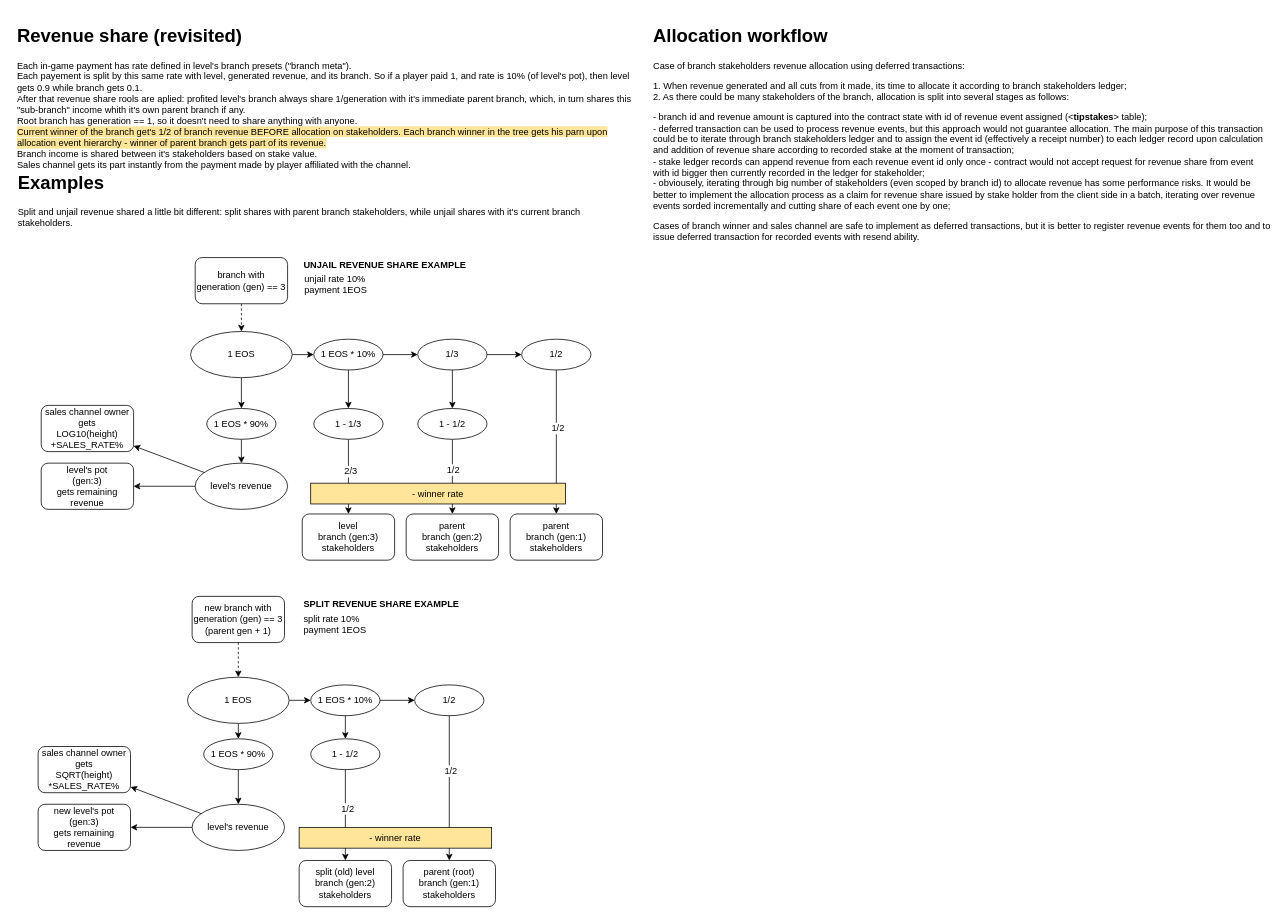
Earlier version of the draw.io diagram page "revenue share" (12 of 14) of ia/WOFFLER IA.drawio (cptn-solo/woffler_contract). Source tidied: cells renumbered, new cells numbered last; positions are measured from the earlier drawing's top-left corner, leaving out a move shared by most shapes. Both pictures are drawn from the tidied source at 77%, with x=0, y=0 at pixel (12, 21).
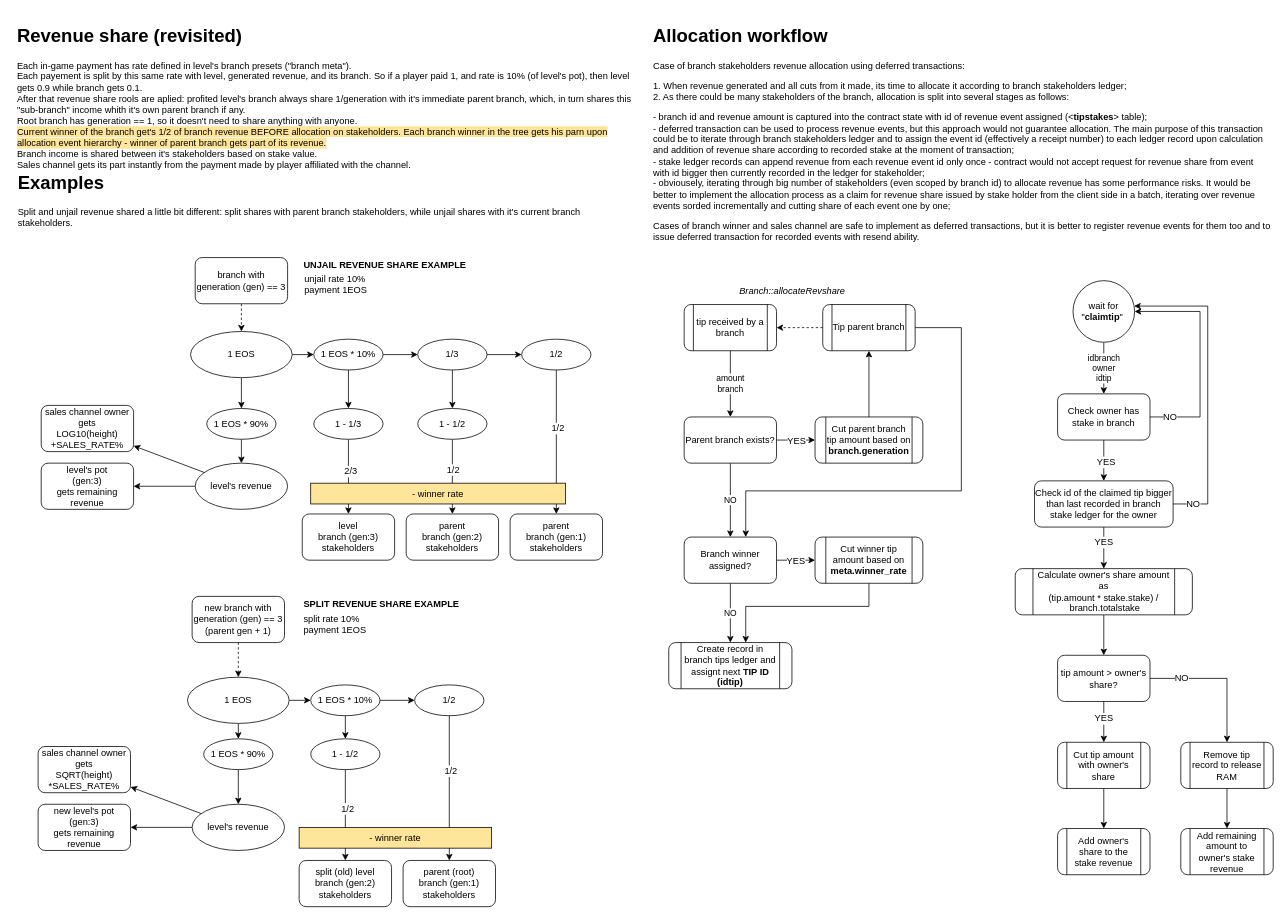
The same page after the edit.

Change to the diagram source:
```diff
@@
+    <mxCell id="64" style="edgeStyle=orthogonalEdgeStyle;rounded=0;jettySize=auto;html=1;" parent="1" edge="1" source="68" target="73">
+      <mxGeometry relative="1" as="geometry" />
+    </mxCell>
+    <mxCell id="65" value="YES" style="text;html=1;align=center;verticalAlign=middle;labelBackgroundColor=#ffffff;" parent="64" vertex="1">
+      <mxGeometry x="0.06" y="2" relative="1" as="geometry" />
+    </mxCell>
+    <mxCell id="66" style="edgeStyle=orthogonalEdgeStyle;rounded=0;jettySize=auto;html=1;" parent="1" edge="1" source="68" target="75">
+      <mxGeometry relative="1" as="geometry">
+        <Array as="points">
+          <mxPoint x="1542" y="514" />
+          <mxPoint x="1542" y="377" />
+        </Array>
+      </mxGeometry>
+    </mxCell>
+    <mxCell id="67" value="NO" style="text;html=1;align=center;verticalAlign=middle;labelBackgroundColor=#ffffff;" parent="66" vertex="1">
+      <mxGeometry x="-0.78" y="3" relative="1" as="geometry">
+        <mxPoint x="-7" y="3" as="offset" />
+      </mxGeometry>
+    </mxCell>
+    <mxCell id="68" value="Check owner has stake in branch" style="rounded=1;whiteSpace=wrap;html=1;" parent="1" vertex="1">
+      <mxGeometry x="1357" y="484" width="120" height="60" as="geometry" />
+    </mxCell>
+    <mxCell id="69" style="edgeStyle=orthogonalEdgeStyle;rounded=0;jettySize=auto;html=1;" parent="1" edge="1" source="73" target="95">
+      <mxGeometry relative="1" as="geometry" />
+    </mxCell>
+    <mxCell id="70" value="YES" style="text;html=1;align=center;verticalAlign=middle;labelBackgroundColor=#ffffff;" parent="69" vertex="1">
+      <mxGeometry x="-0.3" y="-1" relative="1" as="geometry" />
+    </mxCell>
+    <mxCell id="71" style="edgeStyle=orthogonalEdgeStyle;rounded=0;jettySize=auto;html=1;" parent="1" edge="1" source="73" target="75">
+      <mxGeometry relative="1" as="geometry">
+        <Array as="points">
+          <mxPoint x="1552" y="627" />
+          <mxPoint x="1552" y="370" />
+        </Array>
+      </mxGeometry>
+    </mxCell>
+    <mxCell id="72" value="NO" style="text;html=1;align=center;verticalAlign=middle;labelBackgroundColor=#ffffff;" parent="71" vertex="1">
+      <mxGeometry x="-0.88" y="-2" relative="1" as="geometry">
+        <mxPoint x="1" y="-2" as="offset" />
+      </mxGeometry>
+    </mxCell>
+    <mxCell id="73" value="Check id of the claimed tip bigger than last recorded in branch stake ledger for the owner" style="rounded=1;whiteSpace=wrap;html=1;" parent="1" vertex="1">
+      <mxGeometry x="1327" y="597" width="180" height="60" as="geometry" />
+    </mxCell>
+    <mxCell id="74" value="idbranch&lt;br&gt;owner&lt;br&gt;idtip&lt;br&gt;" style="edgeStyle=orthogonalEdgeStyle;rounded=0;jettySize=auto;html=1;" parent="1" edge="1" source="75" target="68">
+      <mxGeometry relative="1" as="geometry" />
+    </mxCell>
+    <mxCell id="75" value="wait for&lt;br&gt;&quot;&lt;span&gt;&lt;b&gt;claimtip&lt;/b&gt;&lt;/span&gt;&lt;span&gt;&quot;&amp;nbsp;&lt;/span&gt;&lt;br&gt;" style="ellipse;whiteSpace=wrap;html=1;" parent="1" vertex="1">
+      <mxGeometry x="1377" y="337" width="80" height="80" as="geometry" />
+    </mxCell>
+    <mxCell id="76" style="edgeStyle=orthogonalEdgeStyle;rounded=0;orthogonalLoop=1;jettySize=auto;html=1;" parent="1" edge="1">
+      <mxGeometry relative="1" as="geometry">
+        <mxPoint x="1272" y="413" as="sourcePoint" />
+      </mxGeometry>
+    </mxCell>
+    <mxCell id="77" value="&lt;span&gt;Add owner's share to the stake revenue&lt;/span&gt;" style="shape=process;whiteSpace=wrap;html=1;backgroundOutline=1;rounded=1;" parent="1" vertex="1">
+      <mxGeometry x="1357" y="1048.5" width="120" height="60" as="geometry" />
+    </mxCell>
+    <mxCell id="78" style="edgeStyle=orthogonalEdgeStyle;rounded=0;jettySize=auto;html=1;" parent="1" edge="1" source="85" target="81">
+      <mxGeometry relative="1" as="geometry" />
+    </mxCell>
+    <mxCell id="79" style="edgeStyle=orthogonalEdgeStyle;rounded=0;jettySize=auto;html=1;" parent="1" edge="1" source="82" target="77">
+      <mxGeometry relative="1" as="geometry" />
+    </mxCell>
+    <mxCell id="80" value="tip amount &amp;gt; owner's share?" style="rounded=1;whiteSpace=wrap;html=1;" parent="1" vertex="1">
+      <mxGeometry x="1357" y="823.5" width="120" height="60" as="geometry" />
+    </mxCell>
+    <mxCell id="81" value="Add remaining amount to owner's stake revenue" style="shape=process;whiteSpace=wrap;html=1;backgroundOutline=1;rounded=1;" parent="1" vertex="1">
+      <mxGeometry x="1517" y="1048.5" width="120" height="60" as="geometry" />
+    </mxCell>
+    <mxCell id="82" value="Cut tip amount with owner's share" style="shape=process;whiteSpace=wrap;html=1;backgroundOutline=1;rounded=1;" parent="1" vertex="1">
+      <mxGeometry x="1357" y="936.5" width="120" height="60" as="geometry" />
+    </mxCell>
+    <mxCell id="83" style="edgeStyle=orthogonalEdgeStyle;rounded=0;jettySize=auto;html=1;" parent="1" edge="1" source="80" target="82">
+      <mxGeometry relative="1" as="geometry" />
+    </mxCell>
+    <mxCell id="84" value="YES" style="text;html=1;align=center;verticalAlign=middle;labelBackgroundColor=#ffffff;" parent="83" vertex="1">
+      <mxGeometry x="-0.17" y="-1" relative="1" as="geometry" />
+    </mxCell>
+    <mxCell id="85" value="Remove tip record to release RAM" style="shape=process;whiteSpace=wrap;html=1;backgroundOutline=1;rounded=1;" parent="1" vertex="1">
+      <mxGeometry x="1517" y="936.5" width="120" height="60" as="geometry" />
+    </mxCell>
+    <mxCell id="86" style="edgeStyle=orthogonalEdgeStyle;rounded=0;jettySize=auto;html=1;" parent="1" edge="1" source="80" target="85">
+      <mxGeometry relative="1" as="geometry" />
+    </mxCell>
+    <mxCell id="87" value="NO" style="text;html=1;align=center;verticalAlign=middle;labelBackgroundColor=#ffffff;" parent="86" vertex="1">
+      <mxGeometry x="-0.56" relative="1" as="geometry" />
+    </mxCell>
+    <mxCell id="88" value="amount&lt;br&gt;branch&lt;br&gt;" style="edgeStyle=orthogonalEdgeStyle;rounded=0;jettySize=auto;html=1;" parent="1" edge="1" source="89" target="93">
+      <mxGeometry relative="1" as="geometry" />
+    </mxCell>
+    <mxCell id="89" value="tip received by a branch" style="shape=process;whiteSpace=wrap;html=1;backgroundOutline=1;rounded=1;" parent="1" vertex="1">
+      <mxGeometry x="872" y="368" width="120" height="60" as="geometry" />
+    </mxCell>
+    <mxCell id="90" style="edgeStyle=orthogonalEdgeStyle;rounded=0;jettySize=auto;html=1;" parent="1" edge="1" source="93" target="98">
+      <mxGeometry relative="1" as="geometry" />
+    </mxCell>
+    <mxCell id="91" value="YES" style="text;html=1;align=center;verticalAlign=middle;labelBackgroundColor=#ffffff;" parent="90" vertex="1">
+      <mxGeometry x="-0.03" y="1" relative="1" as="geometry">
+        <mxPoint x="1" y="1" as="offset" />
+      </mxGeometry>
+    </mxCell>
+    <mxCell id="92" value="NO" style="edgeStyle=orthogonalEdgeStyle;rounded=0;jettySize=auto;html=1;" parent="1" edge="1" source="93" target="105">
+      <mxGeometry relative="1" as="geometry" />
+    </mxCell>
+    <mxCell id="93" value="Parent branch exists?" style="rounded=1;whiteSpace=wrap;html=1;" parent="1" vertex="1">
+      <mxGeometry x="872" y="514" width="120" height="60" as="geometry" />
+    </mxCell>
+    <mxCell id="94" style="edgeStyle=orthogonalEdgeStyle;rounded=0;jettySize=auto;html=1;" parent="1" edge="1" source="95" target="80">
+      <mxGeometry relative="1" as="geometry" />
+    </mxCell>
+    <mxCell id="95" value="Calculate owner's share amount as &lt;br&gt;(tip.amount * stake.stake) /&lt;br&gt;&amp;nbsp;branch.totalstake" style="shape=process;whiteSpace=wrap;html=1;backgroundOutline=1;rounded=1;" parent="1" vertex="1">
+      <mxGeometry x="1302" y="711" width="230" height="60" as="geometry" />
+    </mxCell>
+    <mxCell id="96" style="edgeStyle=orthogonalEdgeStyle;rounded=0;jettySize=auto;html=1;dashed=1;" parent="1" edge="1" source="100" target="89">
+      <mxGeometry relative="1" as="geometry">
+        <Array as="points">
+          <mxPoint x="1112" y="398" />
+        </Array>
+      </mxGeometry>
+    </mxCell>
+    <mxCell id="97" style="edgeStyle=orthogonalEdgeStyle;rounded=0;jettySize=auto;html=1;" parent="1" edge="1" source="98" target="100">
+      <mxGeometry relative="1" as="geometry" />
+    </mxCell>
+    <mxCell id="98" value="Cut parent branch tip amount based on &lt;b&gt;branch.generation&lt;/b&gt;" style="shape=process;whiteSpace=wrap;html=1;backgroundOutline=1;rounded=1;" parent="1" vertex="1">
+      <mxGeometry x="1042" y="514" width="140" height="60" as="geometry" />
+    </mxCell>
+    <mxCell id="99" style="edgeStyle=orthogonalEdgeStyle;rounded=0;jettySize=auto;html=1;" parent="1" edge="1" source="100" target="105">
+      <mxGeometry relative="1" as="geometry">
+        <Array as="points">
+          <mxPoint x="1232" y="398" />
+          <mxPoint x="1232" y="610" />
+          <mxPoint x="952" y="610" />
+        </Array>
+      </mxGeometry>
+    </mxCell>
+    <mxCell id="100" value="Tip parent branch" style="shape=process;whiteSpace=wrap;html=1;backgroundOutline=1;rounded=1;" parent="1" vertex="1">
+      <mxGeometry x="1052" y="368" width="120" height="60" as="geometry" />
+    </mxCell>
+    <mxCell id="101" value="&lt;div&gt;&lt;span&gt;&lt;i&gt;Branch::allocateRevshare&lt;/i&gt;&lt;/span&gt;&lt;/div&gt;" style="text;html=1;align=left;verticalAlign=top;spacingTop=-4;" parent="1" vertex="1">
+      <mxGeometry x="942" y="341" width="150" height="20" as="geometry" />
+    </mxCell>
+    <mxCell id="102" style="edgeStyle=orthogonalEdgeStyle;rounded=0;jettySize=auto;html=1;" parent="1" edge="1" source="105" target="107">
+      <mxGeometry relative="1" as="geometry" />
+    </mxCell>
+    <mxCell id="103" value="YES" style="text;html=1;align=center;verticalAlign=middle;labelBackgroundColor=#ffffff;" parent="102" vertex="1">
+      <mxGeometry x="-0.03" relative="1" as="geometry" />
+    </mxCell>
+    <mxCell id="104" value="NO" style="edgeStyle=orthogonalEdgeStyle;rounded=0;jettySize=auto;html=1;" parent="1" edge="1" source="105" target="108">
+      <mxGeometry relative="1" as="geometry" />
+    </mxCell>
+    <mxCell id="105" value="Branch winner assigned?" style="whiteSpace=wrap;html=1;backgroundOutline=1;rounded=1;" parent="1" vertex="1">
+      <mxGeometry x="872" y="670" width="120" height="60" as="geometry" />
+    </mxCell>
+    <mxCell id="106" style="edgeStyle=orthogonalEdgeStyle;rounded=0;jettySize=auto;html=1;" parent="1" edge="1" source="107" target="108">
+      <mxGeometry relative="1" as="geometry">
+        <Array as="points">
+          <mxPoint x="1112" y="760" />
+          <mxPoint x="952" y="760" />
+        </Array>
+      </mxGeometry>
+    </mxCell>
+    <mxCell id="107" value="Cut winner tip amount based on &lt;b&gt;meta.winner_rate&lt;/b&gt;" style="shape=process;whiteSpace=wrap;html=1;backgroundOutline=1;rounded=1;" parent="1" vertex="1">
+      <mxGeometry x="1042" y="670" width="140" height="60" as="geometry" />
+    </mxCell>
+    <mxCell id="108" value="Create record in branch tips ledger and assignt next &lt;b&gt;TIP ID (idtip)&lt;/b&gt;" style="shape=process;whiteSpace=wrap;html=1;backgroundOutline=1;rounded=1;" parent="1" vertex="1">
+      <mxGeometry x="852" y="807" width="160" height="60" as="geometry" />
+    </mxCell>
```
